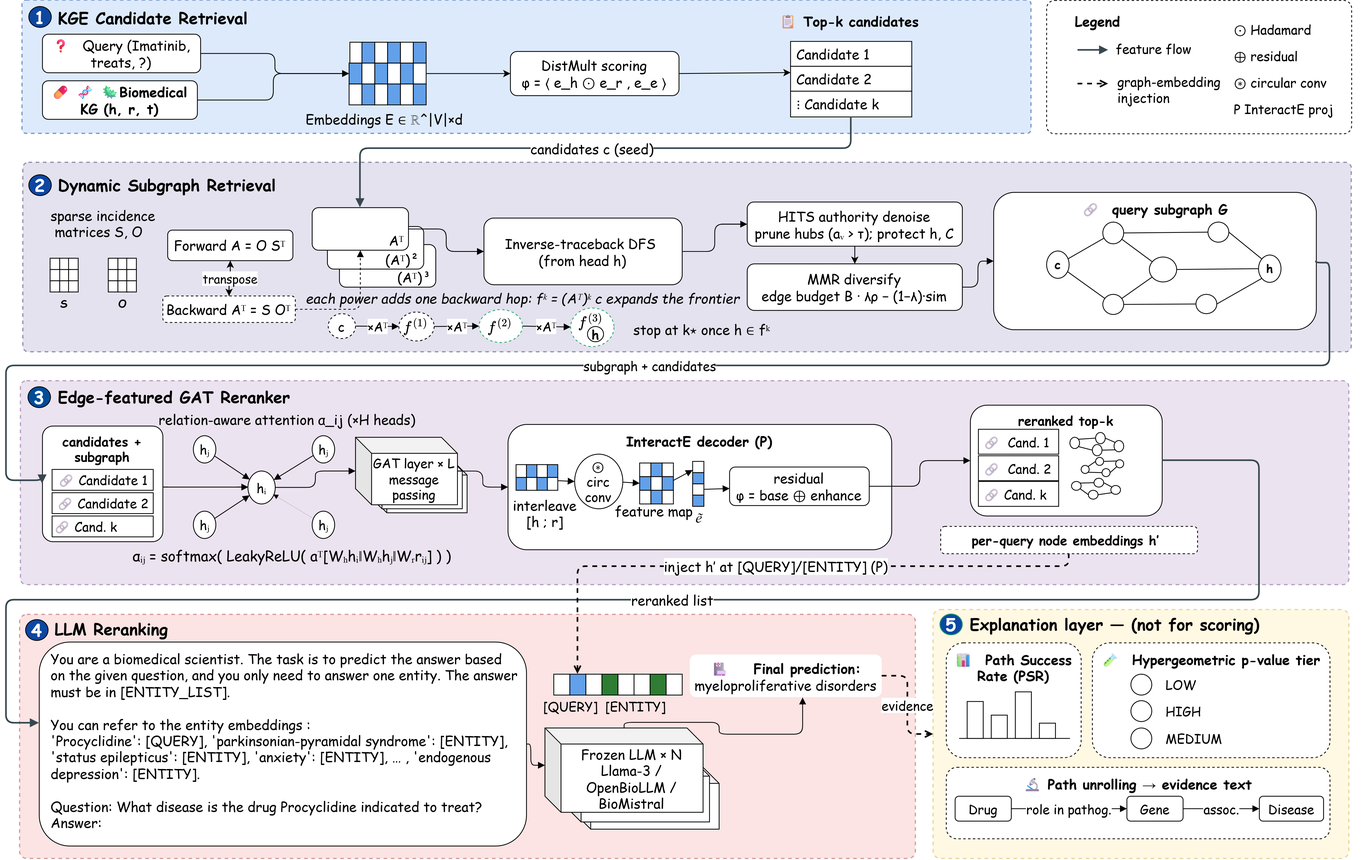
This is model.png from noname44k1/BioEGAT, a draw.io export, as it was before one commit. Source tidied: cells renumbered, new cells last; positions are measured from the earlier drawing's top-left corner, leaving out a move shared by most shapes.
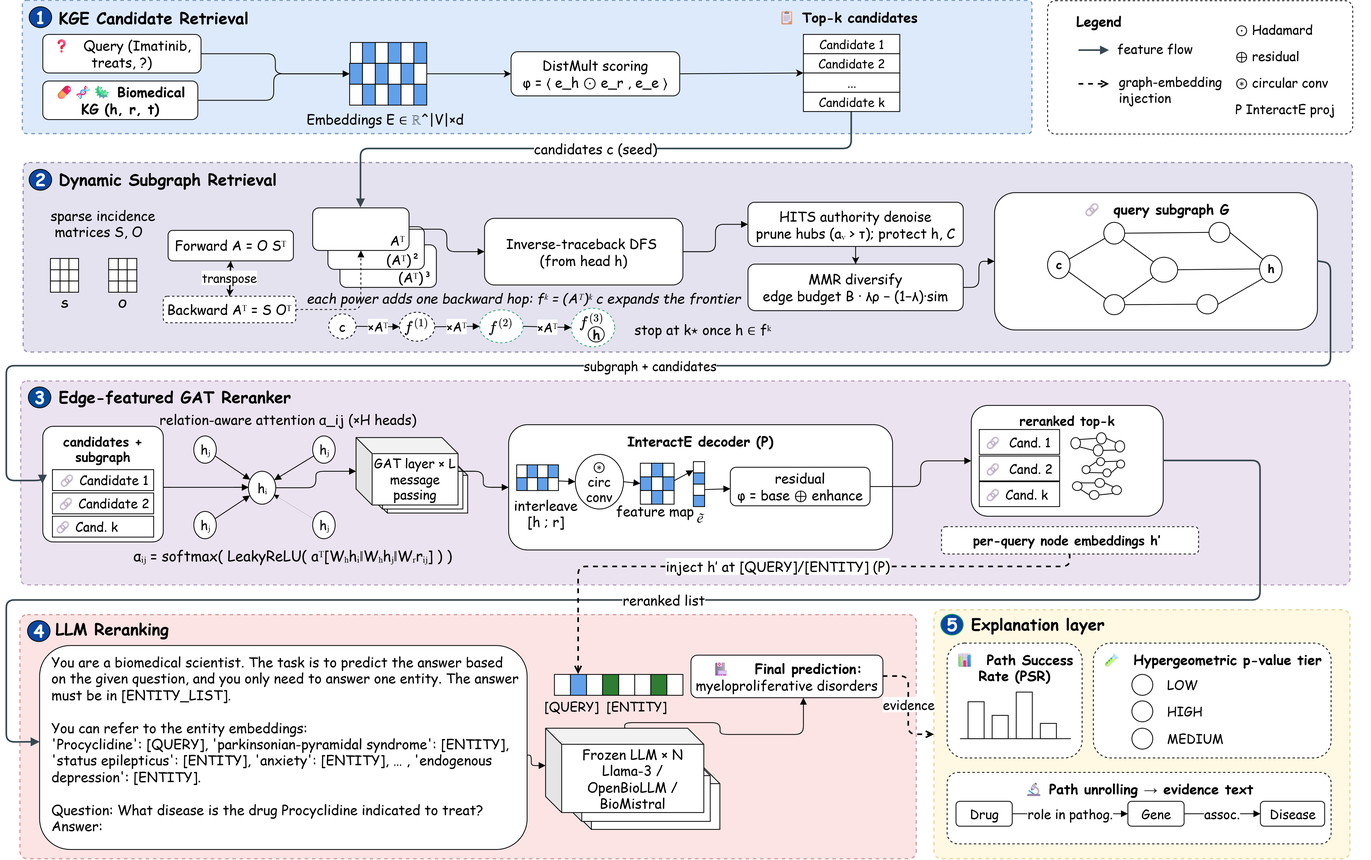
The same file after the commit.

The edit, as a diff of the source:
```diff
@@ -38,7 +38,7 @@
     <mxCell id="11" value="&lt;font&gt;❓&amp;nbsp; &amp;nbsp;Query  (Imatinib, treats, ?)&lt;/font&gt;" style="rounded=1;whiteSpace=wrap;html=1;fillColor=#FFFFFF;strokeColor=default;fontSize=17;fontFamily=Comic Sans MS;fontColor=#000000;" parent="1" vertex="1">
       <mxGeometry x="45" y="42" width="197" height="48" as="geometry" />
     </mxCell>
-    <mxCell id="12" value="&lt;font&gt;💊 🧬 🦠Biomedical KG  (h, r, t)&lt;/font&gt;" style="rounded=1;whiteSpace=wrap;html=1;fillColor=#FFFFFF;strokeColor=default;fontSize=17;fontStyle=1;fontFamily=Comic Sans MS;fontColor=#000000;" parent="1" vertex="1">
+    <mxCell id="12" value="&lt;font&gt;💊🧬🦠 Biomedical KG  (h, r, t)&lt;/font&gt;" style="rounded=1;whiteSpace=wrap;html=1;fillColor=#FFFFFF;strokeColor=default;fontSize=17;fontStyle=1;fontFamily=Comic Sans MS;fontColor=#000000;" parent="1" vertex="1">
       <mxGeometry x="45" y="100" width="193" height="48" as="geometry" />
     </mxCell>
     <mxCell id="13" value="&lt;font&gt;Embeddings  E ∈ ℝ^|V|×d&lt;/font&gt;" style="text;html=1;align=center;fontSize=17;fontColor=#000000;fontFamily=Comic Sans MS;" parent="1" vertex="1">
@@ -98,32 +98,26 @@
     <mxCell id="31" style="rounded=0;html=1;fillColor=light-dark(#62a0ea, #ededed);strokeColor=#000000;fontFamily=Comic Sans MS;fontColor=#000000;fontSize=17;" parent="1" vertex="1">
       <mxGeometry x="507" y="104" width="16" height="26" as="geometry" />
     </mxCell>
-    <mxCell id="32" style="rounded=0;jettySize=auto;html=1;exitX=1;exitY=0.5;exitDx=0;exitDy=0;entryX=0;entryY=0.25;entryDx=0;entryDy=0;fontFamily=Comic Sans MS;fillColor=#dae8fc;strokeColor=default;fontColor=#000000;fontSize=17;" parent="1" edge="1" source="33" target="36">
+    <mxCell id="32" style="rounded=0;jettySize=auto;html=1;exitX=1;exitY=0.5;exitDx=0;exitDy=0;entryX=0;entryY=1;entryDx=0;entryDy=0;fontFamily=Comic Sans MS;fillColor=#dae8fc;strokeColor=default;fontColor=#000000;fontSize=17;" parent="1" edge="1" source="33" target="36">
       <mxGeometry relative="1" as="geometry" />
     </mxCell>
     <mxCell id="33" value="&lt;font&gt;DistMult scoring&lt;br&gt;φ = ⟨ e_h ⊙ e_r , e_e ⟩&lt;/font&gt;" style="rounded=1;whiteSpace=wrap;html=1;fillColor=#FFFFFF;strokeColor=default;fontSize=17;fontFamily=Comic Sans MS;fontColor=#000000;" parent="1" vertex="1">
       <mxGeometry x="628" y="63.5" width="210" height="55" as="geometry" />
     </mxCell>
     <mxCell id="34" value="&lt;div&gt;&lt;font&gt;📋 Top-k candidates&amp;nbsp;&lt;/font&gt;&lt;/div&gt;" style="text;html=1;align=left;fontSize=17;fontStyle=1;fontColor=#000000;fontFamily=Comic Sans MS;" parent="1" vertex="1">
-      <mxGeometry x="961" y="9" width="380" height="19" as="geometry" />
+      <mxGeometry x="958" y="4" width="380" height="19" as="geometry" />
     </mxCell>
-    <mxCell id="35" value="&lt;font&gt;Candidate 1&lt;/font&gt;" style="rounded=0;html=1;fontSize=17;align=left;spacingLeft=6;fontFamily=Comic Sans MS;strokeColor=default;fontColor=#000000;" parent="1" vertex="1">
-      <mxGeometry x="977" y="51" width="151" height="31" as="geometry" />
+    <mxCell id="35" value="&lt;font&gt;Candidate 1&lt;/font&gt;" style="rounded=0;html=1;fontSize=15;align=center;spacingLeft=0;fontFamily=Comic Sans MS;strokeColor=default;fontColor=#000000;" parent="1" vertex="1">
+      <mxGeometry x="992" y="42" width="120" height="24" as="geometry" />
     </mxCell>
-    <mxCell id="36" value="&lt;font&gt;Candidate 2&lt;/font&gt;" style="rounded=0;html=1;fontSize=17;align=left;spacingLeft=6;fontFamily=Comic Sans MS;strokeColor=default;fontColor=#000000;" parent="1" vertex="1">
-      <mxGeometry x="977" y="82" width="151" height="31" as="geometry" />
-    </mxCell>
-    <mxCell id="37" value="&lt;font&gt;⋮  Candidate k&lt;/font&gt;" style="rounded=0;html=1;fontSize=17;align=left;spacingLeft=6;fontFamily=Comic Sans MS;strokeColor=default;fontColor=#000000;" parent="1" vertex="1">
-      <mxGeometry x="977" y="113" width="151" height="32" as="geometry" />
-    </mxCell>
     <mxCell id="38" style="rounded=1;html=1;fillColor=#d0cee2;strokeColor=#56517e;strokeWidth=1.5;dashed=1;arcSize=3;verticalAlign=top;fontFamily=Comic Sans MS;opacity=60;" parent="1" vertex="1">
       <mxGeometry x="21" y="202" width="1655" height="236" as="geometry" />
     </mxCell>
     <mxCell id="39" value="2" style="ellipse;html=1;fillColor=#0D47A1;strokeColor=#000000;fontColor=#FFFFFF;fontSize=21.8;fontStyle=1;fontFamily=Comic Sans MS;" parent="1" vertex="1">
-      <mxGeometry x="28" y="217" width="28" height="26" as="geometry" />
+      <mxGeometry x="28" y="210" width="28" height="26" as="geometry" />
     </mxCell>
     <mxCell id="40" value="&lt;div&gt;Dynamic Subgraph Retrieval&amp;nbsp;&lt;/div&gt;&lt;div&gt;&lt;br&gt;&lt;/div&gt;" style="text;html=1;align=left;fontSize=20;fontStyle=1;fontColor=#000000;fontFamily=Comic Sans MS;" parent="1" vertex="1">
-      <mxGeometry x="63" y="211" width="560" height="24" as="geometry" />
+      <mxGeometry x="63" y="204" width="560" height="24" as="geometry" />
     </mxCell>
     <mxCell id="41" value="&lt;div&gt;&lt;font&gt;sparse incidence&lt;/font&gt;&lt;/div&gt;&lt;div&gt;&lt;font&gt;&amp;nbsp;matrices&amp;nbsp;S, O&lt;/font&gt;&lt;/div&gt;" style="text;html=1;align=left;fontSize=17;fontColor=#000000;fontFamily=Comic Sans MS;" parent="1" vertex="1">
       <mxGeometry x="53.5" y="251" width="133" height="17" as="geometry" />
@@ -405,13 +399,13 @@
       <mxGeometry x="17" y="765" width="1116" height="304" as="geometry" />
     </mxCell>
     <mxCell id="134" value="4" style="ellipse;html=1;fillColor=#0D47A1;strokeColor=#000000;fontColor=#FFFFFF;fontSize=21.8;fontStyle=1;fontFamily=Comic Sans MS;" parent="1" vertex="1">
-      <mxGeometry x="24" y="771" width="28" height="26" as="geometry" />
+      <mxGeometry x="26" y="772" width="28" height="26" as="geometry" />
     </mxCell>
     <mxCell id="135" value="LLM Reranking&amp;nbsp;" style="text;html=1;align=left;fontSize=20;fontStyle=1;fontColor=#000000;fontFamily=Comic Sans MS;" parent="1" vertex="1">
       <mxGeometry x="59" y="764" width="500" height="24" as="geometry" />
     </mxCell>
-    <mxCell id="136" value="&lt;font&gt;You are a biomedical scientist. The task is to predict the answer based on the given question, and you only need to answer one entity. The answer must be in [ENTITY_LIST].&lt;br&gt;&lt;br&gt;You can refer to the entity embeddings :&lt;br&gt;'Procyclidine': [QUERY], 'parkinsonian-pyramidal syndrome': [ENTITY],&lt;br&gt;'status epilepticus': [ENTITY], 'anxiety': [ENTITY], … , 'endogenous depression': [ENTITY].&lt;br&gt;&lt;br&gt;Question: What disease is the drug Procyclidine indicated to treat?&lt;br&gt;Answer:&lt;/font&gt;" style="rounded=1;whiteSpace=wrap;html=1;fillColor=#FFFFFF;strokeColor=default;fontSize=17;align=left;verticalAlign=top;spacingLeft=13;spacingTop=4;fontFamily=Comic Sans MS;spacingRight=10;fontColor=#000000;" parent="1" vertex="1">
-      <mxGeometry x="41" y="799" width="607" height="254" as="geometry" />
+    <mxCell id="136" value="&lt;font&gt;You are a biomedical scientist. The task is to predict the answer based on the given question, and you only need to answer one entity. The answer must be in [ENTITY_LIST].&lt;br&gt;&lt;br&gt;You can refer to the entity embeddings:&lt;br&gt;'Procyclidine': [QUERY], 'parkinsonian-pyramidal syndrome': [ENTITY],&lt;br&gt;'status epilepticus': [ENTITY], 'anxiety': [ENTITY], … , 'endogenous depression': [ENTITY].&lt;br&gt;&lt;br&gt;Question: What disease is the drug Procyclidine indicated to treat?&lt;br&gt;Answer:&lt;/font&gt;" style="rounded=1;whiteSpace=wrap;html=1;fillColor=#FFFFFF;strokeColor=default;fontSize=17;align=left;verticalAlign=top;spacingLeft=13;spacingTop=4;fontFamily=Comic Sans MS;spacingRight=10;fontColor=#000000;" parent="1" vertex="1">
+      <mxGeometry x="41" y="803" width="607" height="254" as="geometry" />
     </mxCell>
     <mxCell id="137" style="rounded=0;html=1;fontFamily=Comic Sans MS;fontColor=#000000;strokeColor=light-dark(#000000,#EDEDED);" parent="1" vertex="1">
       <mxGeometry x="682" y="839" width="20" height="26" as="geometry" />
@@ -447,12 +441,12 @@
       <mxGeometry x="708" y="955" width="180" height="77" as="geometry" />
     </mxCell>
     <mxCell id="148" style="shape=cube;html=1;boundedLbl=1;backgroundOutline=1;darkOpacity=0.05;darkOpacity2=0.1;fontFamily=Comic Sans MS;strokeColor=default;fontColor=#000000;" parent="1" vertex="1">
-      <mxGeometry x="696" y="946" width="180" height="77" as="geometry" />
+      <mxGeometry x="696" y="945" width="180" height="77" as="geometry" />
     </mxCell>
     <mxCell id="149" value="&lt;font&gt;Frozen LLM × N&lt;br&gt;Llama-3 / OpenBioLLM / BioMistral&lt;/font&gt;" style="shape=cube;whiteSpace=wrap;html=1;boundedLbl=1;backgroundOutline=1;darkOpacity=0.05;darkOpacity2=0.1;fontSize=17;fontFamily=Comic Sans MS;strokeColor=default;spacingLeft=4;spacingRight=4;fontColor=#000000;" parent="1" vertex="1">
       <mxGeometry x="671" y="906" width="197" height="105" as="geometry" />
     </mxCell>
-    <mxCell id="150" value="&lt;font&gt;🏥&amp;nbsp; &amp;nbsp; Final prediction:&lt;br&gt;&lt;span style=&quot;font-weight: normal;&quot;&gt;myeloproliferative disorders&lt;/span&gt;&lt;/font&gt;" style="rounded=1;whiteSpace=wrap;html=1;fontSize=17;fontStyle=1;fontFamily=Comic Sans MS;strokeColor=none;fontColor=#000000;fillColor=default;" parent="1" vertex="1">
+    <mxCell id="150" value="&lt;font&gt;🏥&amp;nbsp; &amp;nbsp; Final prediction:&lt;br&gt;&lt;span style=&quot;font-weight: normal;&quot;&gt;myeloproliferative disorders&lt;/span&gt;&lt;/font&gt;" style="rounded=1;whiteSpace=wrap;html=1;fontSize=17;fontStyle=1;fontFamily=Comic Sans MS;strokeColor=default;fontColor=#000000;fillColor=default;" parent="1" vertex="1">
       <mxGeometry x="852" y="815" width="239" height="53" as="geometry" />
     </mxCell>
     <mxCell id="151" style="rounded=1;html=1;fillColor=#fff2cc;strokeColor=#d6b656;strokeWidth=1.5;dashed=1;arcSize=3;opacity=55;verticalAlign=top;fontFamily=Comic Sans MS;" parent="1" vertex="1">
@@ -461,7 +455,7 @@
     <mxCell id="152" value="5" style="ellipse;html=1;fillColor=#0D47A1;strokeColor=#26A269;fontColor=#FFFFFF;fontSize=21.8;fontStyle=1;fontFamily=Comic Sans MS;" parent="1" vertex="1">
       <mxGeometry x="1163" y="764" width="28" height="26" as="geometry" />
     </mxCell>
-    <mxCell id="153" value="Explanation layer — (not for scoring)" style="text;html=1;align=left;fontSize=20;fontStyle=1;fontColor=#000000;fontFamily=Comic Sans MS;strokeColor=none;" parent="1" vertex="1">
+    <mxCell id="153" value="Explanation layer" style="text;html=1;align=left;fontSize=20;fontStyle=1;fontColor=#000000;fontFamily=Comic Sans MS;strokeColor=none;" parent="1" vertex="1">
       <mxGeometry x="1199" y="758" width="500" height="24" as="geometry" />
     </mxCell>
     <mxCell id="154" value="&lt;b&gt;&lt;font&gt;📊&amp;nbsp; Path Success Rate (PSR)&lt;/font&gt;&lt;/b&gt;" style="rounded=1;whiteSpace=wrap;html=1;fillColor=default;strokeColor=default;fontSize=17;dashed=1;verticalAlign=top;spacingTop=4;fontFamily=Comic Sans MS;fontColor=#000000;" parent="1" vertex="1">
@@ -507,16 +501,16 @@
       <mxGeometry x="1443" y="836" width="90" height="17" as="geometry" />
     </mxCell>
     <mxCell id="167" value="&lt;b&gt;&lt;font&gt;🔬 Path unrolling → evidence text&lt;/font&gt;&lt;/b&gt;" style="rounded=1;whiteSpace=wrap;html=1;fillColor=#FFFFFF;strokeColor=default;fontSize=17;dashed=1;verticalAlign=top;spacingTop=4;fontFamily=Comic Sans MS;fontColor=#000000;" parent="1" vertex="1">
-      <mxGeometry x="1171" y="955" width="478" height="89" as="geometry" />
+      <mxGeometry x="1171" y="961" width="478" height="89" as="geometry" />
     </mxCell>
     <mxCell id="168" value="&lt;font style=&quot;font-size: 16px;&quot;&gt;Drug&lt;/font&gt;" style="rounded=1;html=1;fontSize=13;fontFamily=Comic Sans MS;fontColor=#000000;strokeColor=default;" parent="1" vertex="1">
-      <mxGeometry x="1182" y="991" width="70" height="31" as="geometry" />
+      <mxGeometry x="1182" y="997" width="70" height="31" as="geometry" />
     </mxCell>
     <mxCell id="169" value="&lt;font style=&quot;font-size: 16px;&quot;&gt;Gene&lt;/font&gt;" style="rounded=1;html=1;fontSize=13;fontFamily=Comic Sans MS;fontColor=#000000;strokeColor=default;" parent="1" vertex="1">
-      <mxGeometry x="1396" y="991" width="70" height="31" as="geometry" />
+      <mxGeometry x="1396" y="997" width="70" height="31" as="geometry" />
     </mxCell>
     <mxCell id="170" value="&lt;font style=&quot;font-size: 16px;&quot;&gt;Disease&lt;/font&gt;" style="rounded=1;html=1;fontSize=13;fontFamily=Comic Sans MS;fontColor=#000000;strokeColor=default;" parent="1" vertex="1">
-      <mxGeometry x="1561" y="991" width="80" height="31" as="geometry" />
+      <mxGeometry x="1561" y="997" width="80" height="31" as="geometry" />
     </mxCell>
     <mxCell id="171" value="&lt;font style=&quot;font-size: 16px;&quot;&gt;role in pathog.&lt;/font&gt;" style="endArrow=block;html=1;strokeColor=default;fontSize=11.6;fontColor=#000000;fontFamily=Comic Sans MS;" parent="1" edge="1" source="168" target="169">
       <mxGeometry relative="1" as="geometry" />
@@ -530,11 +524,11 @@
     <mxCell id="174" style="edgeStyle=orthogonalEdgeStyle;rounded=1;html=1;strokeColor=default;endArrow=block;fontFamily=Comic Sans MS;fillColor=#dae8fc;fontColor=#000000;fontSize=17;" parent="1" edge="1" source="12" target="20">
       <mxGeometry relative="1" as="geometry" />
     </mxCell>
-    <mxCell id="175" value="&lt;font&gt;candidates c (seed)&lt;/font&gt;" style="edgeStyle=orthogonalEdgeStyle;rounded=1;html=1;strokeColor=#37474F;strokeWidth=2;endArrow=block;fontSize=17;fontColor=#000000;entryX=0.5;entryY=0;entryDx=0;entryDy=0;fontFamily=Comic Sans MS;exitX=0.5;exitY=1;exitDx=0;exitDy=0;" parent="1" edge="1" source="37" target="49">
+    <mxCell id="175" value="&lt;font&gt;candidates c (seed)&lt;/font&gt;" style="edgeStyle=orthogonalEdgeStyle;rounded=1;html=1;strokeColor=#37474F;strokeWidth=2;endArrow=block;fontSize=17;fontColor=#000000;entryX=0.5;entryY=0;entryDx=0;entryDy=0;fontFamily=Comic Sans MS;exitX=0.5;exitY=1;exitDx=0;exitDy=0;" parent="1" edge="1" source="242" target="49">
       <mxGeometry relative="1" as="geometry">
         <Array as="points">
-          <mxPoint x="1052.5" y="184.4" />
-          <mxPoint x="441.1" y="184.4" />
+          <mxPoint x="1052" y="184.4" />
+          <mxPoint x="441" y="184.4" />
         </Array>
       </mxGeometry>
     </mxCell>
@@ -583,14 +577,13 @@
     <mxCell id="185" style="edgeStyle=orthogonalEdgeStyle;rounded=1;html=1;strokeColor=default;endArrow=block;fontFamily=Comic Sans MS;fontColor=#000000;" parent="1" edge="1" source="123" target="128">
       <mxGeometry relative="1" as="geometry" />
     </mxCell>
-    <mxCell id="186" value="&lt;font&gt;reranked list&lt;/font&gt;" style="edgeStyle=orthogonalEdgeStyle;rounded=1;html=1;strokeColor=#37474F;strokeWidth=2;endArrow=block;fontSize=17;fontColor=#000000;exitX=1;exitY=0.5;exitDx=0;exitDy=0;entryX=0;entryY=0.5;entryDx=0;entryDy=0;fontFamily=Comic Sans MS;" parent="1" edge="1" source="128">
+    <mxCell id="186" value="&lt;font&gt;reranked list&lt;/font&gt;" style="edgeStyle=orthogonalEdgeStyle;rounded=1;html=1;strokeColor=#37474F;strokeWidth=2;endArrow=block;fontSize=17;fontColor=#000000;exitX=1;exitY=0.5;exitDx=0;exitDy=0;entryX=0.001;entryY=0.474;entryDx=0;entryDy=0;fontFamily=Comic Sans MS;entryPerimeter=0;" parent="1" edge="1" source="128" target="136">
       <mxGeometry relative="1" as="geometry">
-        <mxPoint x="41" y="900" as="targetPoint" />
         <Array as="points">
           <mxPoint x="1561" y="573" />
           <mxPoint x="1561" y="746.7" />
           <mxPoint y="746.7" />
-          <mxPoint y="900" />
+          <mxPoint y="923.3" />
         </Array>
       </mxGeometry>
     </mxCell>
@@ -605,7 +598,7 @@
     <mxCell id="188" style="edgeStyle=orthogonalEdgeStyle;rounded=1;html=1;strokeColor=default;endArrow=block;fontColor=#000000;fontFamily=Comic Sans MS;" parent="1" edge="1" source="136" target="149">
       <mxGeometry relative="1" as="geometry">
         <Array as="points">
-          <mxPoint x="653.4" y="926" />
+          <mxPoint x="653.4" y="939.4" />
           <mxPoint x="653.4" y="952.5" />
         </Array>
       </mxGeometry>
@@ -773,5 +766,14 @@
     <mxCell id="240" style="rounded=0;html=1;fillColor=#62A0EA;strokeColor=light-dark(#000000,#FF926E);fontFamily=Comic Sans MS;fontColor=#000000;" parent="1" vertex="1">
       <mxGeometry x="855" y="616" width="14" height="14" as="geometry" />
     </mxCell>
+    <mxCell id="36" value="&lt;font&gt;Candidate 2&lt;/font&gt;" style="rounded=0;html=1;fontSize=15;align=center;spacingLeft=0;fontFamily=Comic Sans MS;strokeColor=default;fontColor=#000000;" parent="1" vertex="1">
+      <mxGeometry x="992" y="66" width="120" height="24" as="geometry" />
+    </mxCell>
+    <mxCell id="241" value="&lt;font&gt;...&lt;/font&gt;" style="rounded=0;html=1;fontSize=15;align=center;spacingLeft=0;fontFamily=Comic Sans MS;strokeColor=default;fontColor=#000000;" parent="1" vertex="1">
+      <mxGeometry x="992" y="90" width="120" height="24" as="geometry" />
+    </mxCell>
+    <mxCell id="242" value="&lt;font&gt;Candidate k&lt;/font&gt;" style="rounded=0;html=1;fontSize=15;align=center;spacingLeft=0;fontFamily=Comic Sans MS;strokeColor=default;fontColor=#000000;" parent="1" vertex="1">
+      <mxGeometry x="992" y="114" width="120" height="24" as="geometry" />
+    </mxCell>
   </root>
 </mxGraphModel>
```
